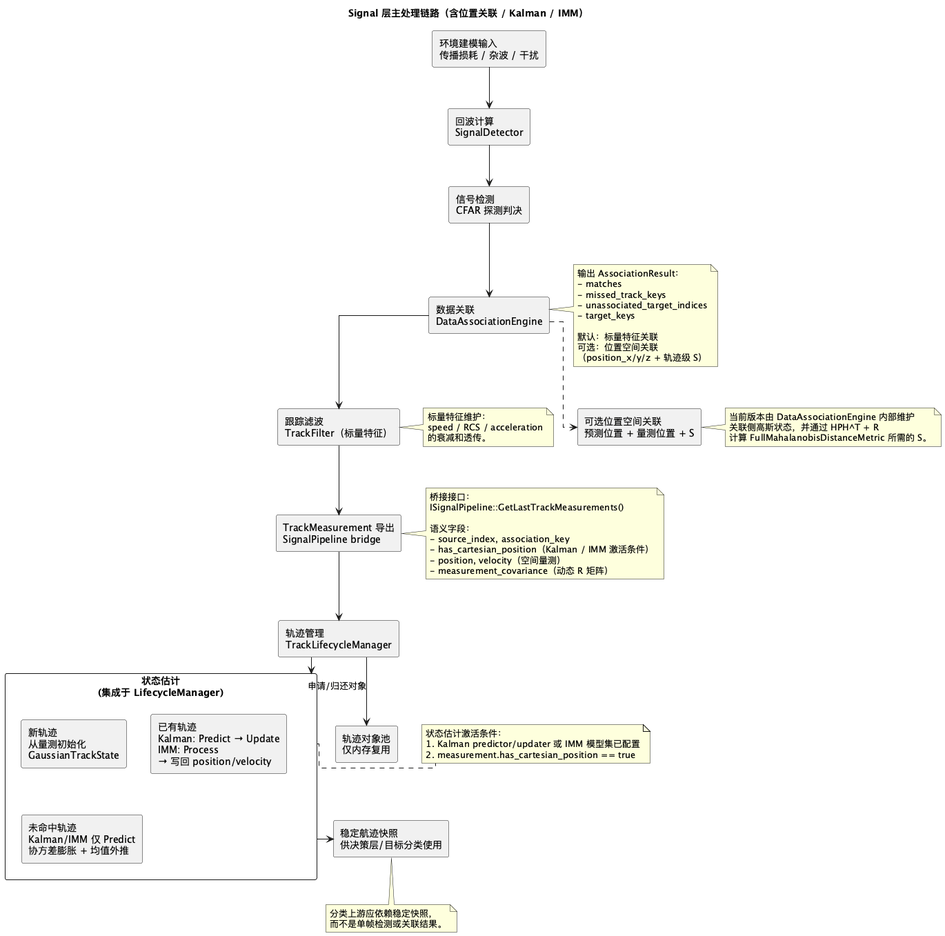
Earlier version of the PlantUML export doc/architecture/signal/signal-processing-flow.png (boilwater-3/1q).
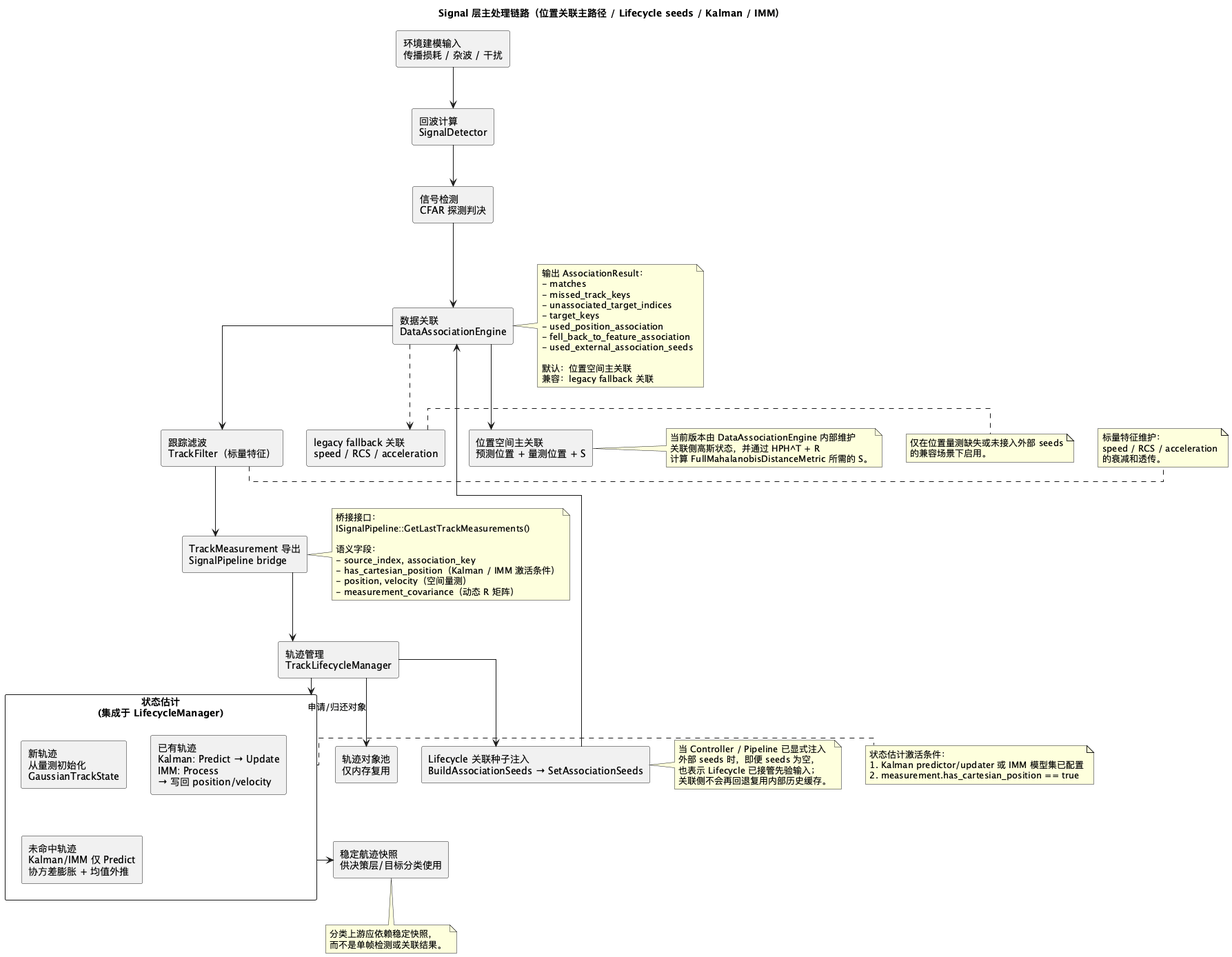
After the change.

Diff of the diagram source:
```diff
@@ -3,13 +3,15 @@
 skinparam packageStyle rectangle
 skinparam defaultFontName sans-serif
 
-title Signal 层主处理链路（含位置关联 / Kalman / IMM）
+title Signal 层主处理链路（位置关联主路径 / Lifecycle seeds / Kalman / IMM）
 
 rectangle "环境建模输入\n传播损耗 / 杂波 / 干扰" as ENV
 rectangle "回波计算\nSignalDetector" as ECHO
 rectangle "信号检测\nCFAR 探测判决" as DETECT
+rectangle "Lifecycle 关联种子注入\nBuildAssociationSeeds → SetAssociationSeeds" as SEEDS
 rectangle "数据关联\nDataAssociationEngine" as ASSOC
-rectangle "可选位置空间关联\n预测位置 + 量测位置 + S" as POS_ASSOC
+rectangle "位置空间主关联\n预测位置 + 量测位置 + S" as POS_ASSOC
+rectangle "legacy fallback 关联\nspeed / RCS / acceleration" as LEGACY_ASSOC
 rectangle "跟踪滤波\nTrackFilter（标量特征）" as FILTER
 rectangle "TrackMeasurement 导出\nSignalPipeline bridge" as MEAS
 rectangle "轨迹管理\nTrackLifecycleManager" as LIFECYCLE
@@ -25,8 +27,11 @@
 
 ENV --> ECHO
 ECHO --> DETECT
+LIFECYCLE --> SEEDS
+SEEDS --> ASSOC
 DETECT --> ASSOC
-ASSOC ..> POS_ASSOC
+ASSOC --> POS_ASSOC
+ASSOC ..> LEGACY_ASSOC
 ASSOC --> FILTER
 FILTER --> MEAS
 MEAS --> LIFECYCLE
@@ -40,10 +45,19 @@
   - missed_track_keys
   - unassociated_target_indices
   - target_keys
+  - used_position_association
+  - fell_back_to_feature_association
+  - used_external_association_seeds
 
-  默认：标量特征关联
-  可选：位置空间关联
-  （position_x/y/z + 轨迹级 S）
+  默认：位置空间主关联
+  兼容：legacy fallback 关联
+end note
+
+note right of SEEDS
+  当 Controller / Pipeline 已显式注入
+  外部 seeds 时，即便 seeds 为空，
+  也表示 Lifecycle 已接管先验输入；
+  关联侧不会再回退复用内部历史缓存。
 end note
 
 note right of FILTER
@@ -75,6 +89,11 @@
   计算 FullMahalanobisDistanceMetric 所需的 S。
 end note
 
+note right of LEGACY_ASSOC
+  仅在位置量测缺失或未接入外部 seeds
+  的兼容场景下启用。
+end note
+
 note bottom of SNAPSHOT
   分类上游应依赖稳定快照，
   而不是单帧检测或关联结果。
```
